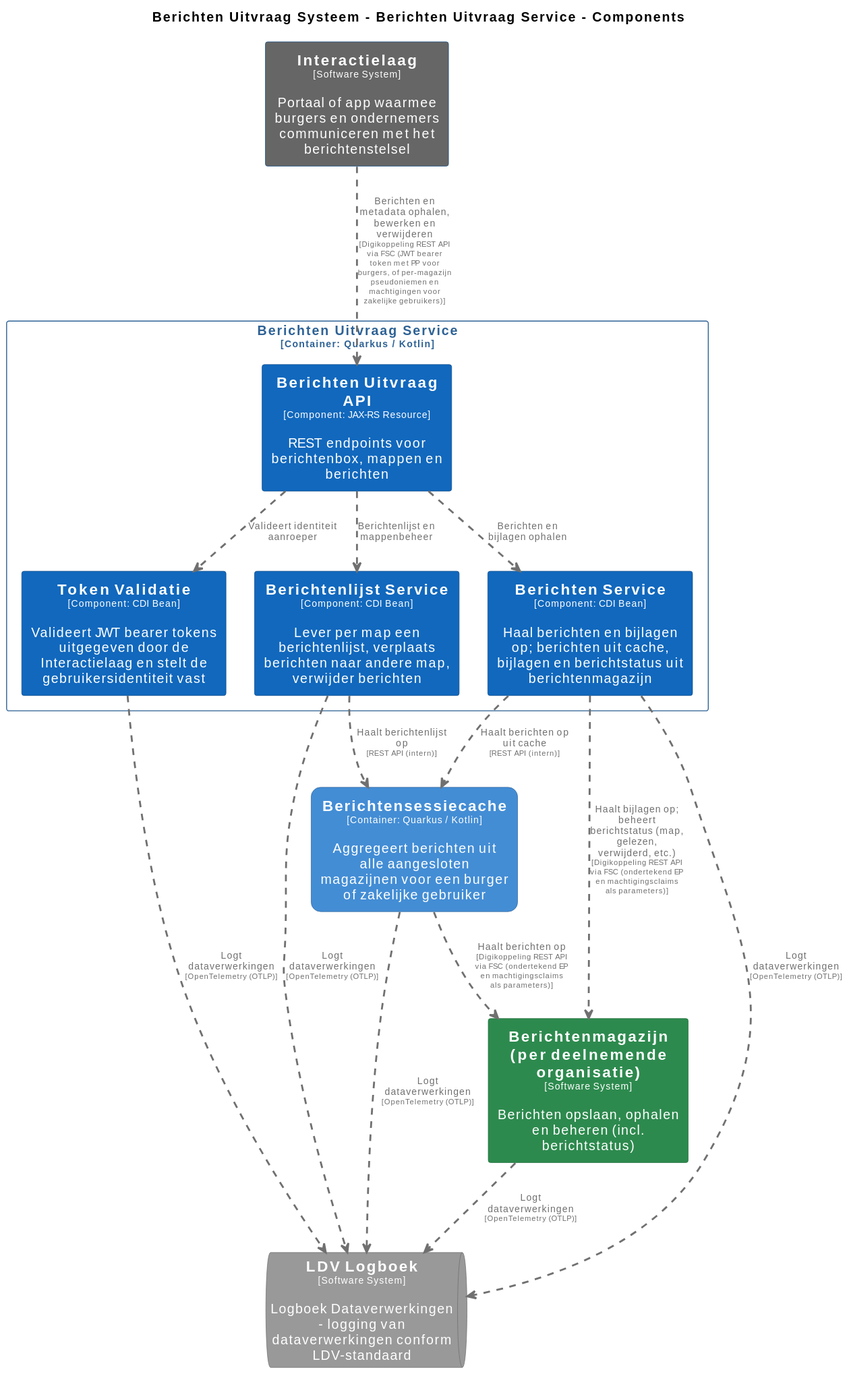
Above: pr-preview/pr-22/master/svg/BerichtenUitvraagServiceComponenten.svg in MinBZK/moza-poc-fbs-berichtenbox (PlantUML), before the change. Its source is kept beside it as pr-preview/pr-22/master/puml/BerichtenUitvraagServiceComponenten.puml.
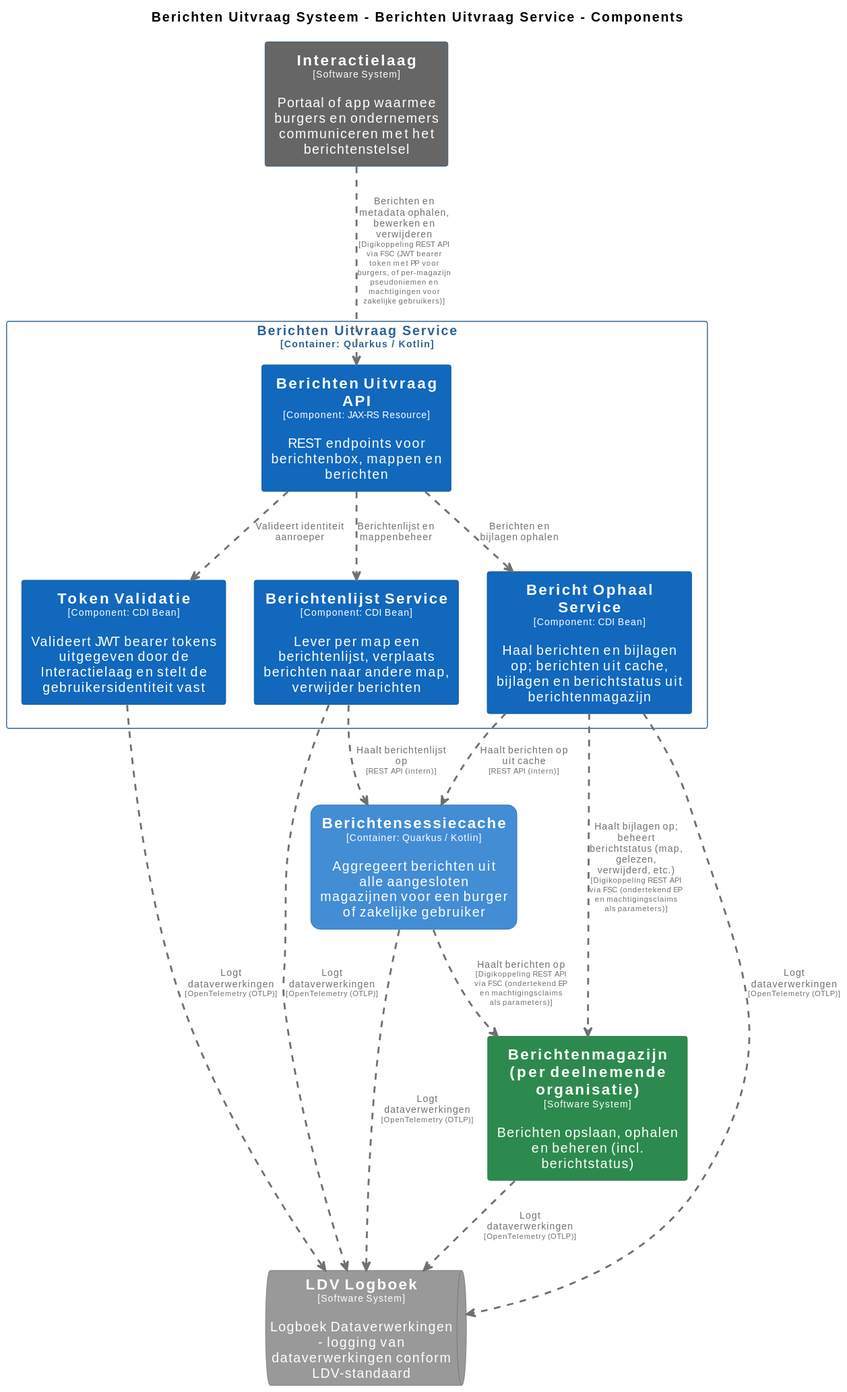
After the commit.

What changed in the source:
```diff
@@ -15,7 +15,7 @@
 
 hide stereotype
 
-skinparam rectangle<<BerichtenUitvraagSysteem.BerichtenUitvraagService.BerichtenService>> {
+skinparam rectangle<<BerichtenUitvraagSysteem.BerichtenUitvraagService.BerichtOphaalService>> {
   BackgroundColor #1168bd
   FontColor #ffffff
   BorderColor #0b4884
@@ -79,7 +79,7 @@
   rectangle "==Berichten Uitvraag API\n<size:10>[Component: JAX-RS Resource]</size>\n\nREST endpoints voor berichtenbox, mappen en berichten" <<BerichtenUitvraagSysteem.BerichtenUitvraagService.BerichtenUitvraagAPI>> as BerichtenUitvraagSysteem.BerichtenUitvraagService.BerichtenUitvraagAPI
   rectangle "==Token Validatie\n<size:10>[Component: CDI Bean]</size>\n\nValideert JWT bearer tokens uitgegeven door de Interactielaag en stelt de gebruikersidentiteit vast" <<BerichtenUitvraagSysteem.BerichtenUitvraagService.TokenValidatie>> as BerichtenUitvraagSysteem.BerichtenUitvraagService.TokenValidatie
   rectangle "==Berichtenlijst Service\n<size:10>[Component: CDI Bean]</size>\n\nLever per map een berichtenlijst, verplaats berichten naar andere map, verwijder berichten" <<BerichtenUitvraagSysteem.BerichtenUitvraagService.BerichtenlijstService>> as BerichtenUitvraagSysteem.BerichtenUitvraagService.BerichtenlijstService
-  rectangle "==Berichten Service\n<size:10>[Component: CDI Bean]</size>\n\nHaal berichten en bijlagen op; berichten uit cache, bijlagen en berichtstatus uit berichtenmagazijn" <<BerichtenUitvraagSysteem.BerichtenUitvraagService.BerichtenService>> as BerichtenUitvraagSysteem.BerichtenUitvraagService.BerichtenService
+  rectangle "==Bericht Ophaal Service\n<size:10>[Component: CDI Bean]</size>\n\nHaal berichten en bijlagen op; berichten uit cache, bijlagen en berichtstatus uit berichtenmagazijn" <<BerichtenUitvraagSysteem.BerichtenUitvraagService.BerichtOphaalService>> as BerichtenUitvraagSysteem.BerichtenUitvraagService.BerichtOphaalService
 }
 
 BerichtenUitvraagSysteem.Berichtensessiecache .[#707070,thickness=2].> Berichtenmagazijnperdeelnemendeorganisatie : "<color:#707070>Haalt berichten op\n<color:#707070><size:8>[Digikoppeling REST API via FSC (ondertekend EP en machtigingsclaims als parameters)]</size>"
@@ -87,12 +87,12 @@
 BerichtenUitvraagSysteem.Berichtensessiecache .[#707070,thickness=2].> LDVLogboek : "<color:#707070>Logt dataverwerkingen\n<color:#707070><size:8>[OpenTelemetry (OTLP)]</size>"
 BerichtenUitvraagSysteem.BerichtenUitvraagService.TokenValidatie .[#707070,thickness=2].> LDVLogboek : "<color:#707070>Logt dataverwerkingen\n<color:#707070><size:8>[OpenTelemetry (OTLP)]</size>"
 BerichtenUitvraagSysteem.BerichtenUitvraagService.BerichtenlijstService .[#707070,thickness=2].> LDVLogboek : "<color:#707070>Logt dataverwerkingen\n<color:#707070><size:8>[OpenTelemetry (OTLP)]</size>"
-BerichtenUitvraagSysteem.BerichtenUitvraagService.BerichtenService .[#707070,thickness=2].> LDVLogboek : "<color:#707070>Logt dataverwerkingen\n<color:#707070><size:8>[OpenTelemetry (OTLP)]</size>"
+BerichtenUitvraagSysteem.BerichtenUitvraagService.BerichtOphaalService .[#707070,thickness=2].> LDVLogboek : "<color:#707070>Logt dataverwerkingen\n<color:#707070><size:8>[OpenTelemetry (OTLP)]</size>"
 BerichtenUitvraagSysteem.BerichtenUitvraagService.BerichtenUitvraagAPI .[#707070,thickness=2].> BerichtenUitvraagSysteem.BerichtenUitvraagService.TokenValidatie : "<color:#707070>Valideert identiteit aanroeper"
 BerichtenUitvraagSysteem.BerichtenUitvraagService.BerichtenUitvraagAPI .[#707070,thickness=2].> BerichtenUitvraagSysteem.BerichtenUitvraagService.BerichtenlijstService : "<color:#707070>Berichtenlijst en mappenbeheer"
-BerichtenUitvraagSysteem.BerichtenUitvraagService.BerichtenUitvraagAPI .[#707070,thickness=2].> BerichtenUitvraagSysteem.BerichtenUitvraagService.BerichtenService : "<color:#707070>Berichten en bijlagen ophalen"
-BerichtenUitvraagSysteem.BerichtenUitvraagService.BerichtenService .[#707070,thickness=2].> BerichtenUitvraagSysteem.Berichtensessiecache : "<color:#707070>Haalt berichten op uit cache\n<color:#707070><size:8>[REST API (intern)]</size>"
+BerichtenUitvraagSysteem.BerichtenUitvraagService.BerichtenUitvraagAPI .[#707070,thickness=2].> BerichtenUitvraagSysteem.BerichtenUitvraagService.BerichtOphaalService : "<color:#707070>Berichten en bijlagen ophalen"
+BerichtenUitvraagSysteem.BerichtenUitvraagService.BerichtOphaalService .[#707070,thickness=2].> BerichtenUitvraagSysteem.Berichtensessiecache : "<color:#707070>Haalt berichten op uit cache\n<color:#707070><size:8>[REST API (intern)]</size>"
 BerichtenUitvraagSysteem.BerichtenUitvraagService.BerichtenlijstService .[#707070,thickness=2].> BerichtenUitvraagSysteem.Berichtensessiecache : "<color:#707070>Haalt berichtenlijst op\n<color:#707070><size:8>[REST API (intern)]</size>"
 Interactielaag .[#707070,thickness=2].> BerichtenUitvraagSysteem.BerichtenUitvraagService.BerichtenUitvraagAPI : "<color:#707070>Berichten en metadata ophalen, bewerken en verwijderen\n<color:#707070><size:8>[Digikoppeling REST API via FSC (JWT bearer token met PP voor burgers, of per-magazijn pseudoniemen en machtigingen voor zakelijke gebruikers)]</size>"
-BerichtenUitvraagSysteem.BerichtenUitvraagService.BerichtenService .[#707070,thickness=2].> Berichtenmagazijnperdeelnemendeorganisatie : "<color:#707070>Haalt bijlagen op; beheert berichtstatus (map, gelezen, verwijderd, etc.)\n<color:#707070><size:8>[Digikoppeling REST API via FSC (ondertekend EP en machtigingsclaims als parameters)]</size>"
+BerichtenUitvraagSysteem.BerichtenUitvraagService.BerichtOphaalService .[#707070,thickness=2].> Berichtenmagazijnperdeelnemendeorganisatie : "<color:#707070>Haalt bijlagen op; beheert berichtstatus (map, gelezen, verwijderd, etc.)\n<color:#707070><size:8>[Digikoppeling REST API via FSC (ondertekend EP en machtigingsclaims als parameters)]</size>"
 @enduml
```
